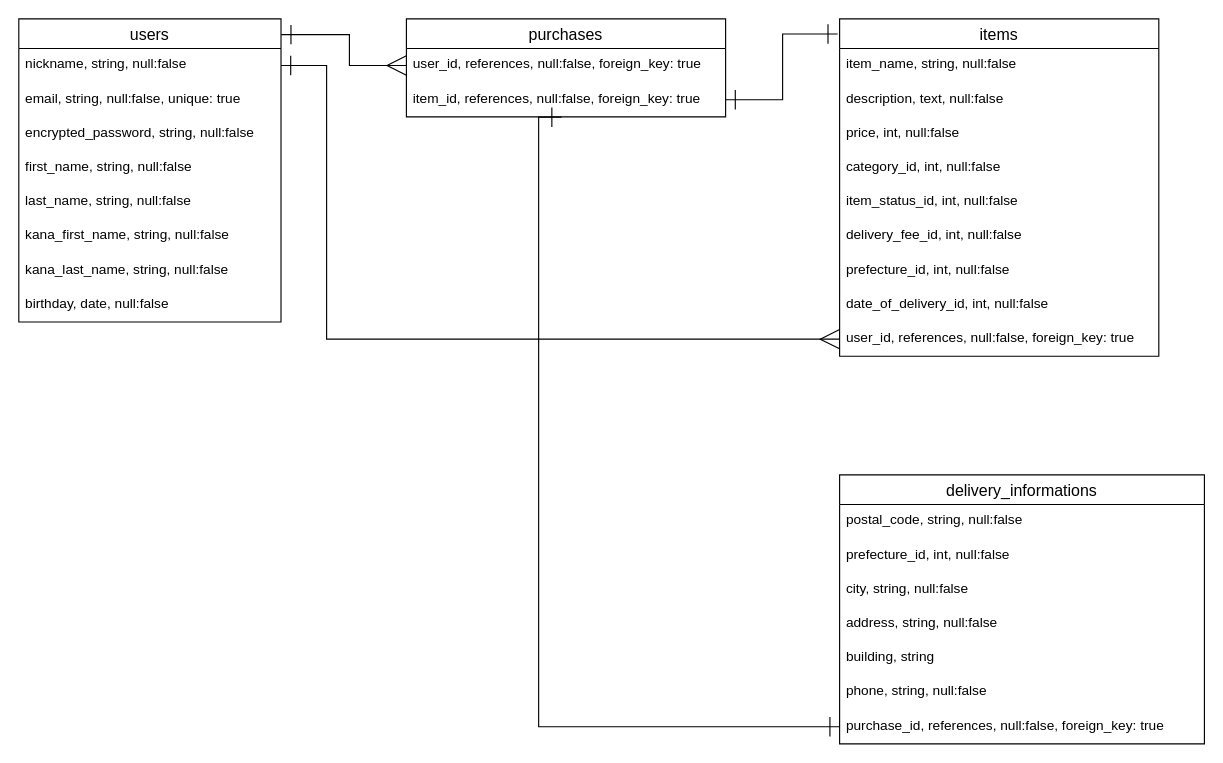
Earlier version of the draw.io diagram database_ER.dio (tomo1107/furima-35073). Source tidied: cells renumbered, new cells numbered last; positions are measured from the earlier drawing's top-left corner, leaving out a move shared by most shapes. Both pictures are drawn from the tidied source at 114%, with x=0, y=0 at pixel (18, 18).
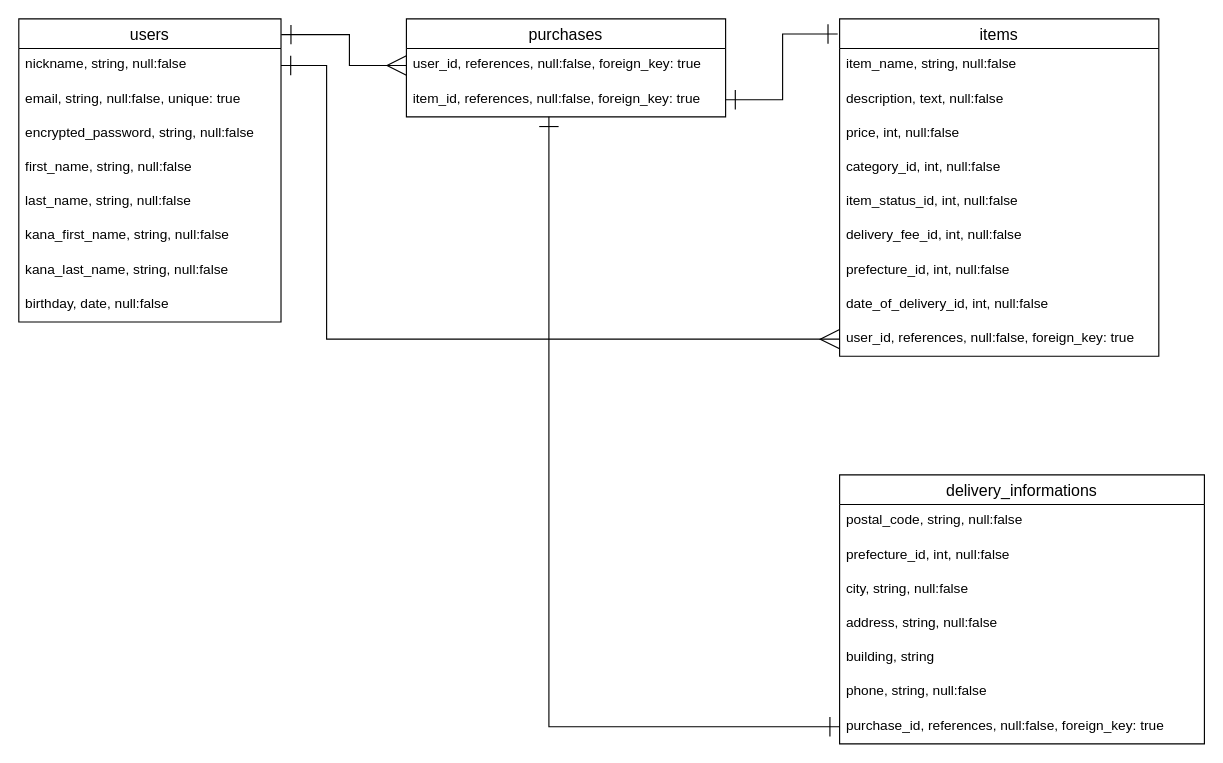
After the change.

Unchanged cells that the change refers to:
```xml
<mxCell id="28" value="purchase_id, references, null:false, foreign_key: true" style="text;strokeColor=none;fillColor=none;spacingLeft=4;spacingRight=4;overflow=hidden;points=[[0,0.5],[1,0.5]];portConstraint=eastwest;fontSize=12;" parent="21" vertex="1">
  <mxGeometry y="206" width="320" height="30" as="geometry" />
</mxCell>
<mxCell id="35" value="item_id, references, null:false, foreign_key: true" style="text;strokeColor=none;fillColor=none;spacingLeft=4;spacingRight=4;overflow=hidden;points=[[0,0.5],[1,0.5]];portConstraint=eastwest;fontSize=12;" parent="33" vertex="1">
  <mxGeometry y="56" width="280" height="30" as="geometry" />
</mxCell>
```

What changed in the source:
```diff
@@
-    <mxCell id="30" style="endArrow=ERone;html=1;rounded=0;edgeStyle=orthogonalEdgeStyle;endSize=15;startSize=15;startArrow=ERone;startFill=0;endFill=0;entryX=0;entryY=0.5;entryDx=0;entryDy=0;exitX=0.486;exitY=1.01;exitDx=0;exitDy=0;exitPerimeter=0;" parent="1" edge="1" source="35" target="28">
+    <mxCell id="30" style="endArrow=ERone;html=1;rounded=0;edgeStyle=orthogonalEdgeStyle;endSize=15;startSize=15;startArrow=ERone;startFill=0;endFill=0;entryX=0;entryY=0.5;entryDx=0;entryDy=0;" parent="1" edge="1" source="35" target="28">
       <mxGeometry relative="1" as="geometry">
         <Array as="points">
-          <mxPoint x="456" y="621" />
+          <mxPoint x="465" y="621" />
         </Array>
       </mxGeometry>
     </mxCell>
```
